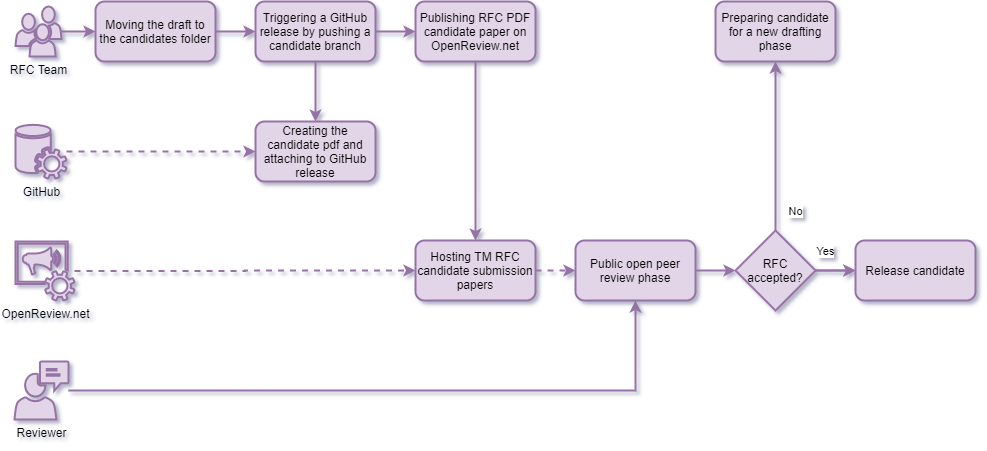
This is files/drafts/RFC-0003/images/phase_3.png from time-machine-project/requests-for-comments, a draw.io export, as it was before one commit. Source tidied: cells renumbered, new cells last; positions are measured from the earlier drawing's top-left corner, leaving out a move shared by most shapes. The source it was exported from:
```xml
<mxGraphModel>
  <root>
    <mxCell id="0" />
    <mxCell id="1" parent="0" />
    <mxCell id="2" style="edgeStyle=orthogonalEdgeStyle;rounded=0;jettySize=auto;html=1;fillColor=#e1d5e7;strokeColor=#9673a6;strokeWidth=2;" parent="1" edge="1" source="3" target="8">
      <mxGeometry relative="1" as="geometry" />
    </mxCell>
    <mxCell id="3" value="Moving the draft to the candidates folder" style="rounded=1;whiteSpace=wrap;html=1;fillColor=#e1d5e7;strokeColor=#9673a6;strokeWidth=2;" parent="1" vertex="1">
      <mxGeometry x="81" width="120" height="60" as="geometry" />
    </mxCell>
    <mxCell id="4" style="edgeStyle=orthogonalEdgeStyle;rounded=0;jettySize=auto;html=1;entryX=0;entryY=0.5;entryDx=0;entryDy=0;fillColor=#e1d5e7;strokeColor=#9673a6;strokeWidth=2;" parent="1" edge="1" source="5" target="3">
      <mxGeometry relative="1" as="geometry" />
    </mxCell>
    <mxCell id="5" value="RFC Team" style="shadow=0;dashed=0;html=1;strokeColor=#9673a6;fillColor=#e1d5e7;labelPosition=center;verticalLabelPosition=bottom;verticalAlign=top;outlineConnect=0;align=center;shape=mxgraph.office.users.users;strokeWidth=2;" parent="1" vertex="1">
      <mxGeometry x="1" y="5" width="46" height="50" as="geometry" />
    </mxCell>
    <mxCell id="6" style="edgeStyle=orthogonalEdgeStyle;rounded=0;jettySize=auto;html=1;entryX=0.5;entryY=0;entryDx=0;entryDy=0;fillColor=#e1d5e7;strokeColor=#9673a6;strokeWidth=2;" parent="1" edge="1" source="8" target="11">
      <mxGeometry relative="1" as="geometry" />
    </mxCell>
    <mxCell id="7" style="edgeStyle=orthogonalEdgeStyle;rounded=0;jettySize=auto;html=1;fillColor=#e1d5e7;strokeColor=#9673a6;strokeWidth=2;" parent="1" edge="1" source="8" target="15">
      <mxGeometry relative="1" as="geometry" />
    </mxCell>
    <mxCell id="8" value="Triggering a GitHub release by pushing a candidate branch" style="rounded=1;whiteSpace=wrap;html=1;fillColor=#e1d5e7;strokeColor=#9673a6;strokeWidth=2;" parent="1" vertex="1">
      <mxGeometry x="241" width="120" height="60" as="geometry" />
    </mxCell>
    <mxCell id="9" style="edgeStyle=orthogonalEdgeStyle;rounded=0;jettySize=auto;html=1;dashed=1;fillColor=#e1d5e7;strokeColor=#9673a6;strokeWidth=2;" parent="1" edge="1" source="10" target="11">
      <mxGeometry relative="1" as="geometry" />
    </mxCell>
    <mxCell id="10" value="GitHub" style="shadow=0;dashed=0;html=1;strokeColor=#9673a6;fillColor=#e1d5e7;labelPosition=center;verticalLabelPosition=bottom;verticalAlign=top;outlineConnect=0;align=center;shape=mxgraph.office.services.central_management_service;strokeWidth=2;" parent="1" vertex="1">
      <mxGeometry x="1" y="123" width="51" height="54" as="geometry" />
    </mxCell>
    <mxCell id="11" value="Creating the candidate pdf and attaching to GitHub release" style="rounded=1;whiteSpace=wrap;html=1;fillColor=#e1d5e7;strokeColor=#9673a6;strokeWidth=2;" parent="1" vertex="1">
      <mxGeometry x="241" y="120" width="120" height="60" as="geometry" />
    </mxCell>
    <mxCell id="12" style="edgeStyle=orthogonalEdgeStyle;rounded=0;jettySize=auto;html=1;entryX=0;entryY=0.5;entryDx=0;entryDy=0;dashed=1;fillColor=#e1d5e7;strokeColor=#9673a6;strokeWidth=2;" parent="1" edge="1" source="13" target="17">
      <mxGeometry relative="1" as="geometry" />
    </mxCell>
    <mxCell id="13" value="OpenReview.net" style="shadow=0;dashed=0;html=1;strokeColor=#9673a6;fillColor=#e1d5e7;labelPosition=center;verticalLabelPosition=bottom;verticalAlign=top;outlineConnect=0;align=center;shape=mxgraph.office.services.conference_announcement_service;strokeWidth=2;" parent="1" vertex="1">
      <mxGeometry x="1" y="240" width="59" height="59" as="geometry" />
    </mxCell>
    <mxCell id="14" style="edgeStyle=orthogonalEdgeStyle;rounded=0;jettySize=auto;html=1;fillColor=#e1d5e7;strokeColor=#9673a6;strokeWidth=2;" parent="1" edge="1" source="15" target="17">
      <mxGeometry relative="1" as="geometry" />
    </mxCell>
    <mxCell id="15" value="Publishing RFC PDF candidate paper on OpenReview.net" style="rounded=1;whiteSpace=wrap;html=1;fillColor=#e1d5e7;strokeColor=#9673a6;strokeWidth=2;" parent="1" vertex="1">
      <mxGeometry x="401" width="120" height="60" as="geometry" />
    </mxCell>
    <mxCell id="16" style="edgeStyle=orthogonalEdgeStyle;rounded=0;jettySize=auto;html=1;entryX=0;entryY=0.5;entryDx=0;entryDy=0;dashed=1;fillColor=#e1d5e7;strokeColor=#9673a6;strokeWidth=2;" parent="1" edge="1" source="17" target="19">
      <mxGeometry relative="1" as="geometry" />
    </mxCell>
    <mxCell id="17" value="Hosting TM RFC candidate submission papers" style="rounded=1;whiteSpace=wrap;html=1;fillColor=#e1d5e7;strokeColor=#9673a6;strokeWidth=2;" parent="1" vertex="1">
      <mxGeometry x="401" y="239" width="120" height="60" as="geometry" />
    </mxCell>
    <mxCell id="18" style="edgeStyle=orthogonalEdgeStyle;rounded=0;jettySize=auto;html=1;entryX=0;entryY=0.5;entryDx=0;entryDy=0;fillColor=#e1d5e7;strokeColor=#9673a6;strokeWidth=2;" parent="1" edge="1" source="19" target="25">
      <mxGeometry relative="1" as="geometry" />
    </mxCell>
    <mxCell id="19" value="Public open peer review phase" style="rounded=1;whiteSpace=wrap;html=1;fillColor=#e1d5e7;strokeColor=#9673a6;strokeWidth=2;" parent="1" vertex="1">
      <mxGeometry x="561" y="239" width="120" height="60" as="geometry" />
    </mxCell>
    <mxCell id="20" style="edgeStyle=orthogonalEdgeStyle;rounded=0;jettySize=auto;html=1;entryX=0.5;entryY=1;entryDx=0;entryDy=0;fillColor=#e1d5e7;strokeColor=#9673a6;strokeWidth=2;" parent="1" edge="1" source="21" target="19">
      <mxGeometry relative="1" as="geometry" />
    </mxCell>
    <mxCell id="21" value="Reviewer" style="shadow=0;dashed=0;html=1;strokeColor=#9673a6;fillColor=#e1d5e7;labelPosition=center;verticalLabelPosition=bottom;verticalAlign=top;outlineConnect=0;align=center;shape=mxgraph.office.users.communications;strokeWidth=2;" parent="1" vertex="1">
      <mxGeometry y="360" width="54" height="58" as="geometry" />
    </mxCell>
    <mxCell id="22" value="No" style="edgeStyle=orthogonalEdgeStyle;rounded=0;jettySize=auto;html=1;exitX=0.5;exitY=0;exitDx=0;exitDy=0;entryX=0.5;entryY=1;entryDx=0;entryDy=0;fillColor=#e1d5e7;strokeColor=#9673a6;strokeWidth=2;" parent="1" edge="1" source="25" target="26">
      <mxGeometry x="-0.78" y="-20" relative="1" as="geometry" />
    </mxCell>
    <mxCell id="23" style="edgeStyle=orthogonalEdgeStyle;rounded=0;jettySize=auto;html=1;exitX=1;exitY=0.5;exitDx=0;exitDy=0;entryX=0;entryY=0.5;entryDx=0;entryDy=0;fillColor=#e1d5e7;strokeColor=#9673a6;strokeWidth=2;" parent="1" edge="1" source="25" target="27">
      <mxGeometry relative="1" as="geometry" />
    </mxCell>
    <mxCell id="24" value="Yes" style="edgeStyle=orthogonalEdgeStyle;rounded=0;jettySize=auto;html=1;strokeWidth=2;fillColor=#e1d5e7;strokeColor=#9673a6;" parent="1" edge="1" source="25" target="27">
      <mxGeometry x="-0.5" y="19" relative="1" as="geometry" />
    </mxCell>
    <mxCell id="25" value="RFC accepted?" style="rhombus;whiteSpace=wrap;html=1;fillColor=#e1d5e7;strokeColor=#9673a6;strokeWidth=2;" parent="1" vertex="1">
      <mxGeometry x="721" y="229" width="80" height="80" as="geometry" />
    </mxCell>
    <mxCell id="26" value="Preparing candidate for a new drafting phase" style="rounded=1;whiteSpace=wrap;html=1;fillColor=#e1d5e7;strokeColor=#9673a6;strokeWidth=2;" parent="1" vertex="1">
      <mxGeometry x="701" width="120" height="60" as="geometry" />
    </mxCell>
    <mxCell id="27" value="Release candidate" style="rounded=1;whiteSpace=wrap;html=1;fillColor=#e1d5e7;strokeColor=#9673a6;strokeWidth=2;" parent="1" vertex="1">
      <mxGeometry x="841" y="239" width="120" height="60" as="geometry" />
    </mxCell>
  </root>
</mxGraphModel>
```
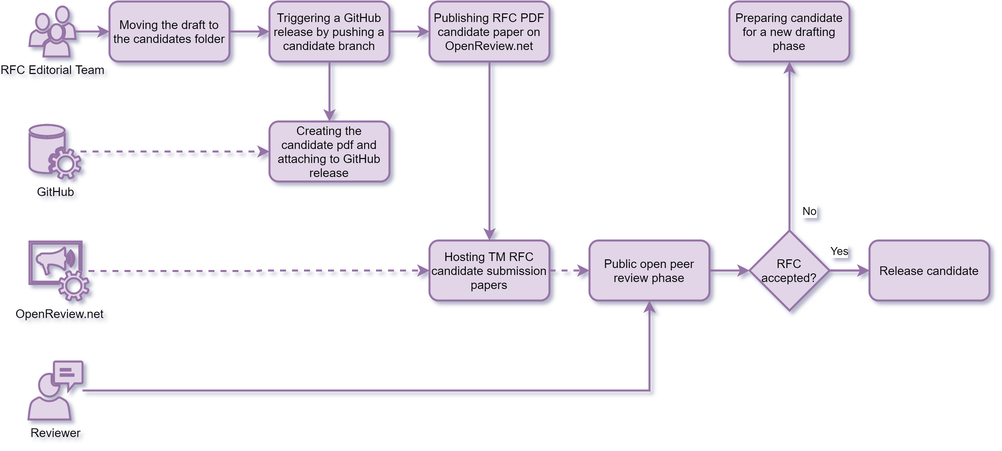
After the commit.

Diff of the diagram source:
```diff
@@ -11,7 +11,7 @@
     <mxCell id="4" style="edgeStyle=orthogonalEdgeStyle;rounded=0;jettySize=auto;html=1;entryX=0;entryY=0.5;entryDx=0;entryDy=0;fillColor=#e1d5e7;strokeColor=#9673a6;strokeWidth=2;" parent="1" edge="1" source="5" target="3">
       <mxGeometry relative="1" as="geometry" />
     </mxCell>
-    <mxCell id="5" value="RFC Team" style="shadow=0;dashed=0;html=1;strokeColor=#9673a6;fillColor=#e1d5e7;labelPosition=center;verticalLabelPosition=bottom;verticalAlign=top;outlineConnect=0;align=center;shape=mxgraph.office.users.users;strokeWidth=2;" parent="1" vertex="1">
+    <mxCell id="5" value="RFC Editorial Team" style="shadow=0;dashed=0;html=1;strokeColor=#9673a6;fillColor=#e1d5e7;labelPosition=center;verticalLabelPosition=bottom;verticalAlign=top;outlineConnect=0;align=center;shape=mxgraph.office.users.users;strokeWidth=2;" parent="1" vertex="1">
       <mxGeometry x="1" y="5" width="46" height="50" as="geometry" />
     </mxCell>
     <mxCell id="6" style="edgeStyle=orthogonalEdgeStyle;rounded=0;jettySize=auto;html=1;entryX=0.5;entryY=0;entryDx=0;entryDy=0;fillColor=#e1d5e7;strokeColor=#9673a6;strokeWidth=2;" parent="1" edge="1" source="8" target="11">
```
